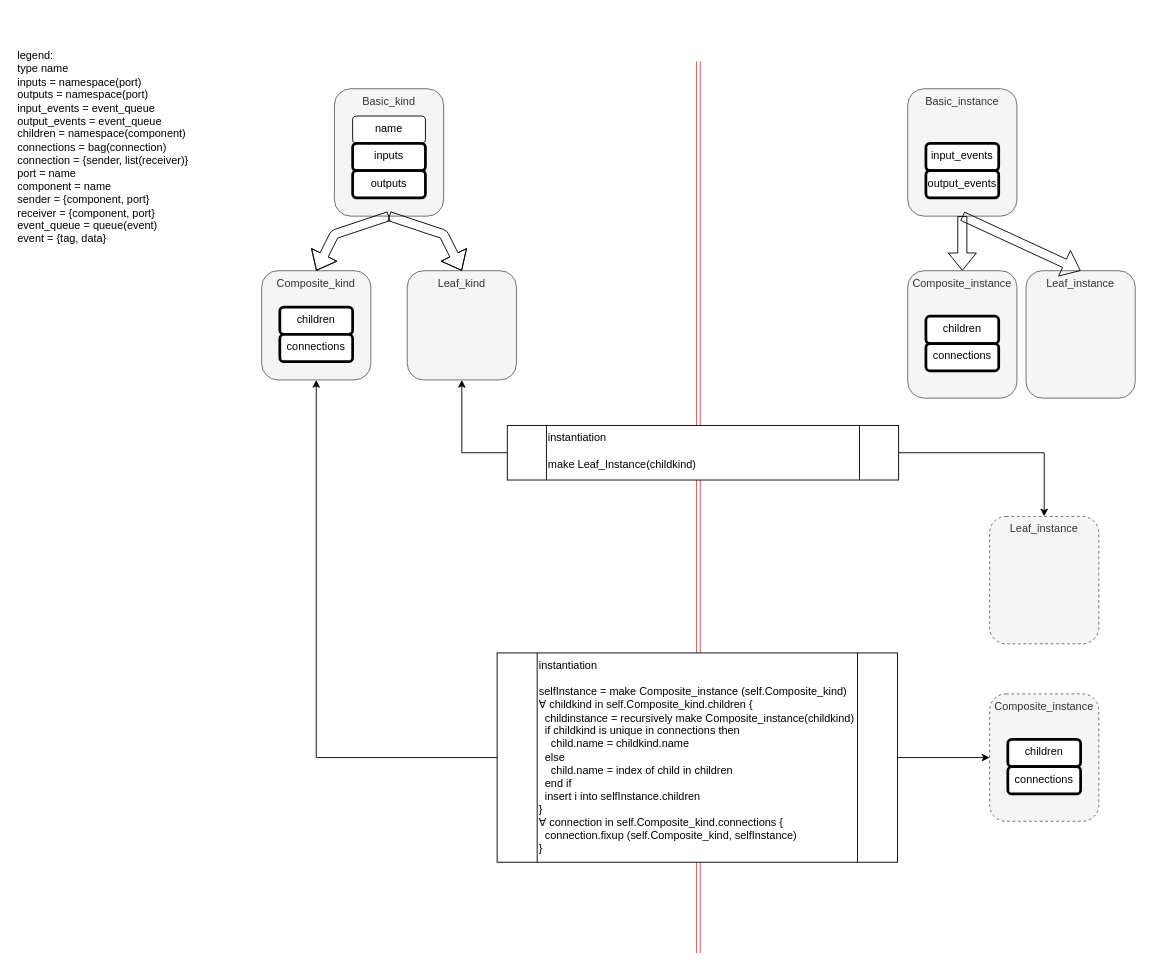
Before: page "Data & Types" (1 of 6) of pseudo/kernel.drawio in guitarvydas/basicdasl, a draw.io diagram. Source tidied: cells renumbered, new cells numbered last; positions are measured from the earlier drawing's top-left corner, leaving out a move shared by most shapes. Both pictures are drawn from the tidied source at 91%, with x=0, y=0 at pixel (15, 43).
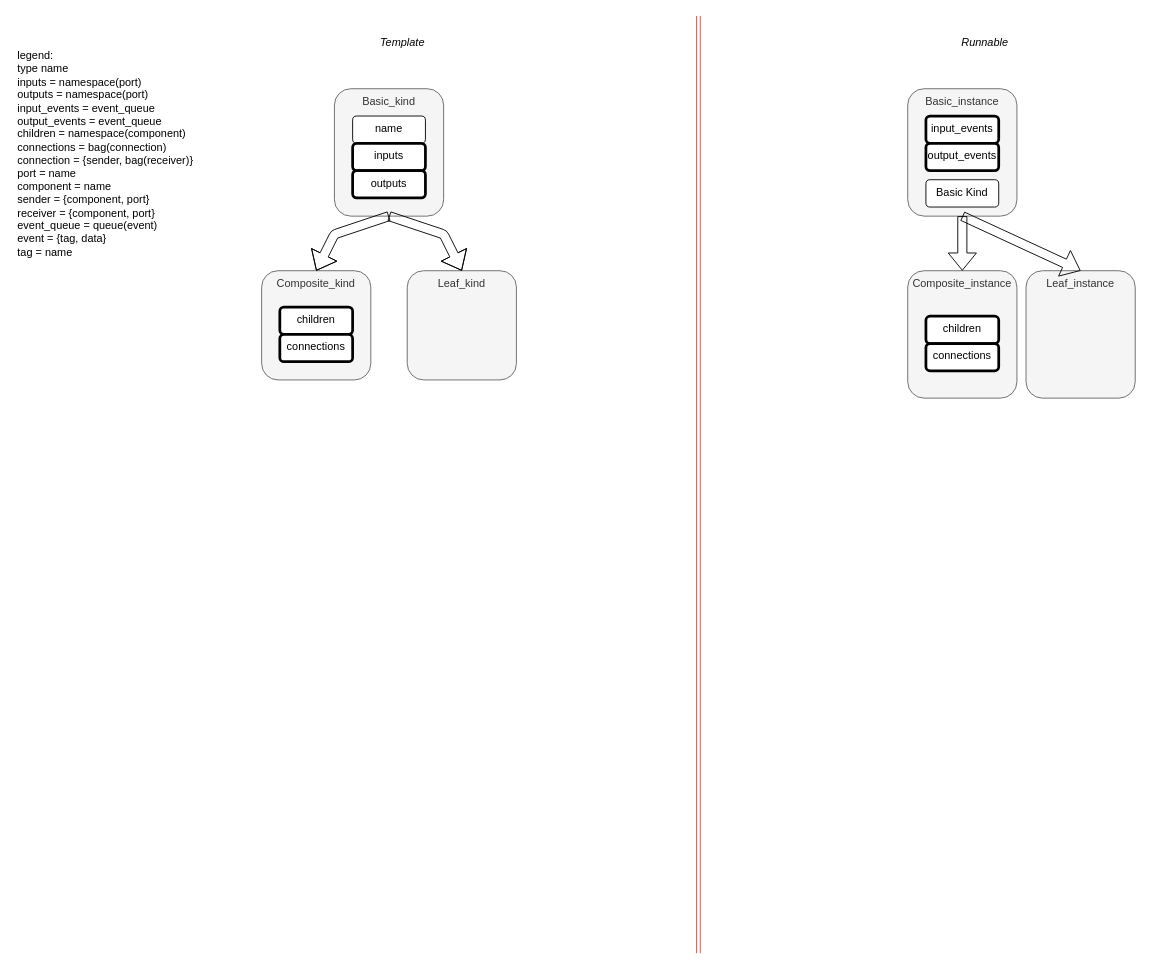
Above is the later version.

The change refers to these unchanged cells:
```xml
<mxCell id="7" value="Composite_kind" style="rounded=1;whiteSpace=wrap;html=1;verticalAlign=top;fillColor=#f5f5f5;strokeColor=#666666;fontColor=#333333;" parent="1" vertex="1">
  <mxGeometry x="270" y="250" width="120" height="120" as="geometry" />
</mxCell>
<mxCell id="11" value="Leaf_kind" style="rounded=1;whiteSpace=wrap;html=1;verticalAlign=top;fillColor=#f5f5f5;strokeColor=#666666;fontColor=#333333;" parent="1" vertex="1">
  <mxGeometry x="430" y="250" width="120" height="120" as="geometry" />
</mxCell>
```

Diff of the diagram source:
```diff
@@
     <mxCell id="2" style="shape=link;html=1;fillColor=#f8cecc;strokeColor=#b85450;" parent="1" edge="1">
       <mxGeometry relative="1" as="geometry">
         <mxPoint x="750" y="1000" as="sourcePoint" />
-        <mxPoint x="750" y="20" as="targetPoint" />
+        <mxPoint x="750" y="-30" as="targetPoint" />
       </mxGeometry>
     </mxCell>
@@
     <mxCell id="14" value="input_events" style="rounded=1;whiteSpace=wrap;html=1;verticalAlign=top;strokeWidth=3;" parent="1" vertex="1">
-      <mxGeometry x="1000" y="110" width="80" height="30" as="geometry" />
+      <mxGeometry x="1000" y="80" width="80" height="30" as="geometry" />
     </mxCell>
     <mxCell id="15" value="output_events" style="rounded=1;whiteSpace=wrap;html=1;verticalAlign=top;strokeWidth=3;" parent="1" vertex="1">
-      <mxGeometry x="1000" y="140" width="80" height="30" as="geometry" />
+      <mxGeometry x="1000" y="110" width="80" height="30" as="geometry" />
     </mxCell>
-    <mxCell id="16" value="legend:&lt;br&gt;type name&lt;br&gt;inputs = namespace(port)&lt;br&gt;outputs = namespace(port)&lt;br&gt;input_events = event_queue&lt;br&gt;output_events = event_queue&lt;br&gt;children = namespace(component)&lt;br&gt;connections = bag(connection)&lt;br&gt;connection = {sender, list(receiver)}&lt;br&gt;port = name&lt;br&gt;component = name&lt;br&gt;sender = {component, port}&lt;br&gt;receiver = {component, port}&lt;br&gt;event_queue = queue(event)&lt;br&gt;event = {tag, data}" style="text;html=1;strokeColor=none;fillColor=none;align=left;verticalAlign=top;whiteSpace=wrap;rounded=0;" parent="1" vertex="1">
+    <mxCell id="16" value="legend:&lt;br&gt;type name&lt;br&gt;inputs = namespace(port)&lt;br&gt;outputs = namespace(port)&lt;br&gt;input_events = event_queue&lt;br&gt;output_events = event_queue&lt;br&gt;children = namespace(component)&lt;br&gt;connections = bag(connection)&lt;br&gt;connection = {sender, bag(receiver)}&lt;br&gt;port = name&lt;br&gt;component = name&lt;br&gt;sender = {component, port}&lt;br&gt;receiver = {component, port}&lt;br&gt;event_queue = queue(event)&lt;br&gt;event = {tag, data}&lt;br&gt;tag = name" style="text;html=1;strokeColor=none;fillColor=none;align=left;verticalAlign=top;whiteSpace=wrap;rounded=0;" parent="1" vertex="1">
       <mxGeometry width="210" height="250" as="geometry" />
     </mxCell>
-    <mxCell id="17" style="edgeStyle=orthogonalEdgeStyle;rounded=0;jettySize=auto;html=1;entryX=0.5;entryY=1;entryDx=0;entryDy=0;" parent="1" edge="1" source="19" target="7">
-      <mxGeometry relative="1" as="geometry" />
-    </mxCell>
-    <mxCell id="18" style="edgeStyle=orthogonalEdgeStyle;rounded=0;jettySize=auto;html=1;entryX=0;entryY=0.5;entryDx=0;entryDy=0;" parent="1" edge="1" source="19" target="28">
-      <mxGeometry relative="1" as="geometry" />
-    </mxCell>
-    <mxCell id="19" value="&lt;span style=&quot;white-space: normal&quot;&gt;instantiation&lt;br&gt;&lt;br&gt;&lt;/span&gt;selfInstance = make Composite_instance (self.Composite_kind)&lt;br style=&quot;white-space: normal&quot;&gt;∀ childkind in self.Composite_kind.children {&lt;br&gt;&lt;span&gt;&amp;nbsp; childinstance = recursively make Composite_instance(childkind)&lt;/span&gt;&lt;br&gt;&lt;div style=&quot;white-space: normal&quot;&gt;&amp;nbsp; if childkind is unique in connections then&lt;/div&gt;&lt;div style=&quot;white-space: normal&quot;&gt;&amp;nbsp; &amp;nbsp; child.name = childkind.name&lt;/div&gt;&lt;div style=&quot;white-space: normal&quot;&gt;&amp;nbsp; else&lt;/div&gt;&lt;div style=&quot;white-space: normal&quot;&gt;&amp;nbsp; &amp;nbsp; child.name = index of child in children&lt;/div&gt;&lt;div style=&quot;white-space: normal&quot;&gt;&amp;nbsp; end if&lt;/div&gt;&lt;div style=&quot;white-space: normal&quot;&gt;&lt;span&gt;&amp;nbsp; insert i into selfInstance.children&lt;/span&gt;&lt;br&gt;&lt;/div&gt;&lt;div style=&quot;white-space: normal&quot;&gt;}&lt;/div&gt;&lt;div style=&quot;white-space: normal&quot;&gt;∀ connection in self.Composite_kind.connections {&lt;br&gt;&lt;/div&gt;&lt;div style=&quot;white-space: normal&quot;&gt;&amp;nbsp; connection.fixup (self.Composite_kind, selfInstance)&lt;/div&gt;&lt;div style=&quot;white-space: normal&quot;&gt;&lt;span&gt;}&lt;/span&gt;&lt;/div&gt;" style="shape=process;whiteSpace=wrap;html=1;backgroundOutline=1;align=left;verticalAlign=top;" parent="1" vertex="1">
-      <mxGeometry x="528.8" y="670" width="440" height="230" as="geometry" />
-    </mxCell>
-    <mxCell id="20" style="edgeStyle=orthogonalEdgeStyle;rounded=0;jettySize=auto;html=1;entryX=0.5;entryY=1;entryDx=0;entryDy=0;exitX=0;exitY=0.5;exitDx=0;exitDy=0;" parent="1" edge="1" source="32" target="11">
-      <mxGeometry relative="1" as="geometry" />
-    </mxCell>
-    <mxCell id="21" style="edgeStyle=orthogonalEdgeStyle;rounded=0;jettySize=auto;html=1;exitX=1;exitY=0.5;exitDx=0;exitDy=0;" parent="1" edge="1" source="32" target="31">
-      <mxGeometry relative="1" as="geometry" />
-    </mxCell>
@@
-    <mxCell id="28" value="Composite_instance" style="rounded=1;whiteSpace=wrap;html=1;verticalAlign=top;fillColor=#f5f5f5;strokeColor=#666666;fontColor=#333333;dashed=1;" parent="1" vertex="1">
-      <mxGeometry x="1070" y="715" width="120" height="140" as="geometry" />
-    </mxCell>
-    <mxCell id="29" value="children" style="rounded=1;whiteSpace=wrap;html=1;verticalAlign=top;strokeWidth=3;" parent="1" vertex="1">
-      <mxGeometry x="1090" y="765" width="80" height="30" as="geometry" />
-    </mxCell>
-    <mxCell id="30" value="connections" style="rounded=1;whiteSpace=wrap;html=1;verticalAlign=top;strokeWidth=3;" parent="1" vertex="1">
-      <mxGeometry x="1090" y="795" width="80" height="30" as="geometry" />
-    </mxCell>
-    <mxCell id="31" value="Leaf_instance" style="rounded=1;whiteSpace=wrap;html=1;verticalAlign=top;fillColor=#f5f5f5;strokeColor=#666666;fontColor=#333333;dashed=1;" parent="1" vertex="1">
-      <mxGeometry x="1070" y="520" width="120" height="140" as="geometry" />
-    </mxCell>
-    <mxCell id="32" value="&lt;span&gt;instantiation&lt;br&gt;&lt;br&gt;make Leaf_Instance(childkind)&lt;/span&gt;&lt;br&gt;&lt;div style=&quot;white-space: normal&quot;&gt;&lt;br&gt;&lt;/div&gt;" style="shape=process;whiteSpace=wrap;html=1;backgroundOutline=1;align=left;verticalAlign=top;" parent="1" vertex="1">
-      <mxGeometry x="540" y="420" width="430" height="60" as="geometry" />
-    </mxCell>
+    <mxCell id="33" value="&lt;i&gt;Template&lt;/i&gt;" style="text;html=1;strokeColor=none;fillColor=none;align=center;verticalAlign=middle;whiteSpace=wrap;rounded=0;" parent="1" vertex="1">
+      <mxGeometry x="320" y="-10" width="210" height="20" as="geometry" />
+    </mxCell>
+    <mxCell id="34" value="&lt;i&gt;Runnable&lt;/i&gt;" style="text;html=1;strokeColor=none;fillColor=none;align=center;verticalAlign=middle;whiteSpace=wrap;rounded=0;" parent="1" vertex="1">
+      <mxGeometry x="960" y="-10" width="210" height="20" as="geometry" />
+    </mxCell>
+    <mxCell id="35" value="Basic Kind" style="rounded=1;whiteSpace=wrap;html=1;verticalAlign=top;strokeWidth=1;" parent="1" vertex="1">
+      <mxGeometry x="1000" y="150" width="80" height="30" as="geometry" />
+    </mxCell>
```
